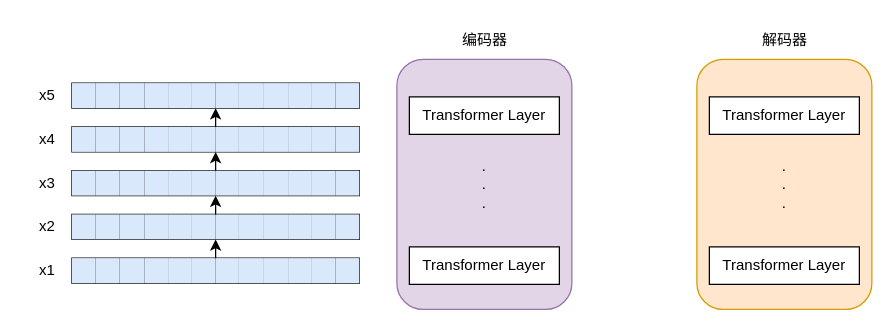
This is 人工智能-神经网络结构.drawio from poetlife/diagrams, a draw.io file, before an edit. Source tidied: cells renumbered, new cells numbered last; positions are measured from the earlier drawing's top-left corner, leaving out a move shared by most shapes. Both pictures are drawn from the tidied source at 125%, with x=0, y=0 at pixel (21, 21).
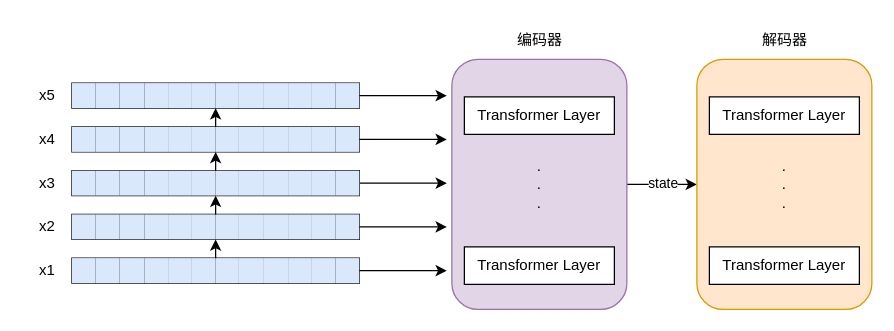
The same diagram, later.

Commit message (it also covers changes not shown here):
更新人工智能-神经网络结构.drawio

Unchanged cells that the change refers to:
```xml
<mxCell id="3" style="group;" parent="2" vertex="1">
  <mxGeometry x="30" width="280" height="180" as="geometry" />
</mxCell>
<mxCell id="4" style="shape=table;startSize=0;childLayout=tableLayout;" parent="3" vertex="1">
  <mxGeometry x="10" y="149" width="230" height="20" as="geometry" />
</mxCell>
<mxCell id="19" style="shape=tableRow;horizontal=0;startSize=0;swimlaneHead=0;swimlaneBody=0;strokeColor=inherit;top=0;left=0;bottom=0;right=0;fillColor=none;points=[[0,0.5],[1,0.5]];portConstraint=eastwest;" parent="18" vertex="1">
  <mxGeometry width="230" height="20" as="geometry" />
</mxCell>
<mxCell id="33" style="shape=table;startSize=0;childLayout=tableLayout;" parent="3" vertex="1">
  <mxGeometry x="10" y="79" width="230" height="20" as="geometry" />
</mxCell>
<mxCell id="49" style="shape=tableRow;horizontal=0;startSize=0;swimlaneHead=0;swimlaneBody=0;strokeColor=inherit;top=0;left=0;bottom=0;right=0;fillColor=none;points=[[0,0.5],[1,0.5]];portConstraint=eastwest;" parent="48" vertex="1">
  <mxGeometry width="230" height="20" as="geometry" />
</mxCell>
<mxCell id="64" style="shape=tableRow;horizontal=0;startSize=0;swimlaneHead=0;swimlaneBody=0;strokeColor=inherit;top=0;left=0;bottom=0;right=0;fillColor=none;points=[[0,0.5],[1,0.5]];portConstraint=eastwest;" parent="63" vertex="1">
  <mxGeometry width="230" height="20" as="geometry" />
</mxCell>
```

Change to the diagram source:
```diff
@@
+    <mxCell id="91" style="edgeStyle=orthogonalEdgeStyle;rounded=0;jettySize=auto;html=1;exitX=1;exitY=0.5;exitDx=0;exitDy=0;" parent="3" edge="1" source="33">
+      <mxGeometry relative="1" as="geometry">
+        <mxPoint x="310" y="89" as="targetPoint" />
+      </mxGeometry>
+    </mxCell>
@@
+    <mxCell id="92" style="edgeStyle=orthogonalEdgeStyle;rounded=0;jettySize=auto;html=1;exitX=1;exitY=0.5;exitDx=0;exitDy=0;entryX=0;entryY=0.5;entryDx=0;entryDy=0;" parent="1" edge="1" source="83" target="87">
+      <mxGeometry relative="1" as="geometry" />
+    </mxCell>
+    <mxCell id="93" value="state" style="edgeLabel;html=1;align=center;verticalAlign=middle;" parent="92" vertex="1">
+      <mxGeometry y="2" relative="1" as="geometry" />
+    </mxCell>
+    <mxCell id="87" value=".&lt;br&gt;.&lt;br&gt;." style="rounded=1;whiteSpace=wrap;html=1;fillColor=#ffe6cc;strokeColor=#d79b00;" parent="1" vertex="1">
+      <mxGeometry x="540" y="30" width="140" height="200" as="geometry" />
+    </mxCell>
+    <mxCell id="88" value="Transformer Layer" style="rounded=0;whiteSpace=wrap;html=1;" parent="1" vertex="1">
+      <mxGeometry x="550" y="60" width="120" height="30" as="geometry" />
+    </mxCell>
+    <mxCell id="89" value="Transformer Layer" style="rounded=0;whiteSpace=wrap;html=1;" parent="1" vertex="1">
+      <mxGeometry x="550" y="180" width="120" height="30" as="geometry" />
+    </mxCell>
+    <mxCell id="90" value="解码器" style="text;html=1;align=center;verticalAlign=middle;strokeColor=none;fillColor=none;" parent="1" vertex="1">
+      <mxGeometry x="580" width="60" height="30" as="geometry" />
+    </mxCell>
+    <mxCell id="94" style="group;" parent="1" vertex="1">
+      <mxGeometry x="344" width="140" height="230" as="geometry" />
+    </mxCell>
-    <mxCell id="83" value=".&lt;br&gt;.&lt;br&gt;." style="rounded=1;whiteSpace=wrap;html=1;fillColor=#e1d5e7;strokeColor=#9673a6;" parent="1" vertex="1">
-      <mxGeometry x="300" y="30" width="140" height="200" as="geometry" />
+    <mxCell id="83" value=".&lt;br&gt;.&lt;br&gt;." style="rounded=1;whiteSpace=wrap;html=1;fillColor=#e1d5e7;strokeColor=#9673a6;" parent="94" vertex="1">
+      <mxGeometry y="30" width="140" height="200" as="geometry" />
     </mxCell>
-    <mxCell id="84" value="Transformer Layer" style="rounded=0;whiteSpace=wrap;html=1;" parent="1" vertex="1">
-      <mxGeometry x="310" y="60" width="120" height="30" as="geometry" />
+    <mxCell id="84" value="Transformer Layer" style="rounded=0;whiteSpace=wrap;html=1;" parent="94" vertex="1">
+      <mxGeometry x="10" y="60" width="120" height="30" as="geometry" />
     </mxCell>
-    <mxCell id="85" value="Transformer Layer" style="rounded=0;whiteSpace=wrap;html=1;" parent="1" vertex="1">
-      <mxGeometry x="310" y="180" width="120" height="30" as="geometry" />
+    <mxCell id="85" value="Transformer Layer" style="rounded=0;whiteSpace=wrap;html=1;" parent="94" vertex="1">
+      <mxGeometry x="10" y="180" width="120" height="30" as="geometry" />
     </mxCell>
-    <mxCell id="86" value="编码器" style="text;html=1;align=center;verticalAlign=middle;strokeColor=none;fillColor=none;" parent="1" vertex="1">
-      <mxGeometry x="340" width="60" height="30" as="geometry" />
+    <mxCell id="86" value="编码器" style="text;html=1;align=center;verticalAlign=middle;strokeColor=none;fillColor=none;" parent="94" vertex="1">
+      <mxGeometry x="40" width="60" height="30" as="geometry" />
     </mxCell>
-    <mxCell id="87" value=".&lt;br&gt;.&lt;br&gt;." style="rounded=1;whiteSpace=wrap;html=1;fillColor=#ffe6cc;strokeColor=#d79b00;" parent="1" vertex="1">
-      <mxGeometry x="540" y="30" width="140" height="200" as="geometry" />
-    </mxCell>
-    <mxCell id="88" value="Transformer Layer" style="rounded=0;whiteSpace=wrap;html=1;" parent="1" vertex="1">
-      <mxGeometry x="550" y="60" width="120" height="30" as="geometry" />
-    </mxCell>
-    <mxCell id="89" value="Transformer Layer" style="rounded=0;whiteSpace=wrap;html=1;" parent="1" vertex="1">
-      <mxGeometry x="550" y="180" width="120" height="30" as="geometry" />
-    </mxCell>
-    <mxCell id="90" value="解码器" style="text;html=1;align=center;verticalAlign=middle;strokeColor=none;fillColor=none;" parent="1" vertex="1">
-      <mxGeometry x="580" width="60" height="30" as="geometry" />
-    </mxCell>
+    <mxCell id="95" style="edgeStyle=orthogonalEdgeStyle;rounded=0;jettySize=auto;html=1;exitX=1;exitY=0.5;exitDx=0;exitDy=0;entryX=-0.029;entryY=0.145;entryDx=0;entryDy=0;entryPerimeter=0;" parent="1" edge="1" source="64" target="83">
+      <mxGeometry relative="1" as="geometry" />
+    </mxCell>
+    <mxCell id="96" style="edgeStyle=orthogonalEdgeStyle;rounded=0;jettySize=auto;html=1;exitX=1;exitY=0.5;exitDx=0;exitDy=0;entryX=-0.029;entryY=0.32;entryDx=0;entryDy=0;entryPerimeter=0;" parent="1" edge="1" source="49" target="83">
+      <mxGeometry relative="1" as="geometry" />
+    </mxCell>
+    <mxCell id="97" style="edgeStyle=orthogonalEdgeStyle;rounded=0;jettySize=auto;html=1;exitX=1;exitY=0.5;exitDx=0;exitDy=0;entryX=-0.029;entryY=0.67;entryDx=0;entryDy=0;entryPerimeter=0;" parent="1" edge="1" source="19" target="83">
+      <mxGeometry relative="1" as="geometry" />
+    </mxCell>
+    <mxCell id="98" style="edgeStyle=orthogonalEdgeStyle;rounded=0;jettySize=auto;html=1;exitX=1;exitY=0.5;exitDx=0;exitDy=0;entryX=-0.029;entryY=0.845;entryDx=0;entryDy=0;entryPerimeter=0;" parent="1" edge="1" source="4" target="83">
+      <mxGeometry relative="1" as="geometry" />
+    </mxCell>
```
